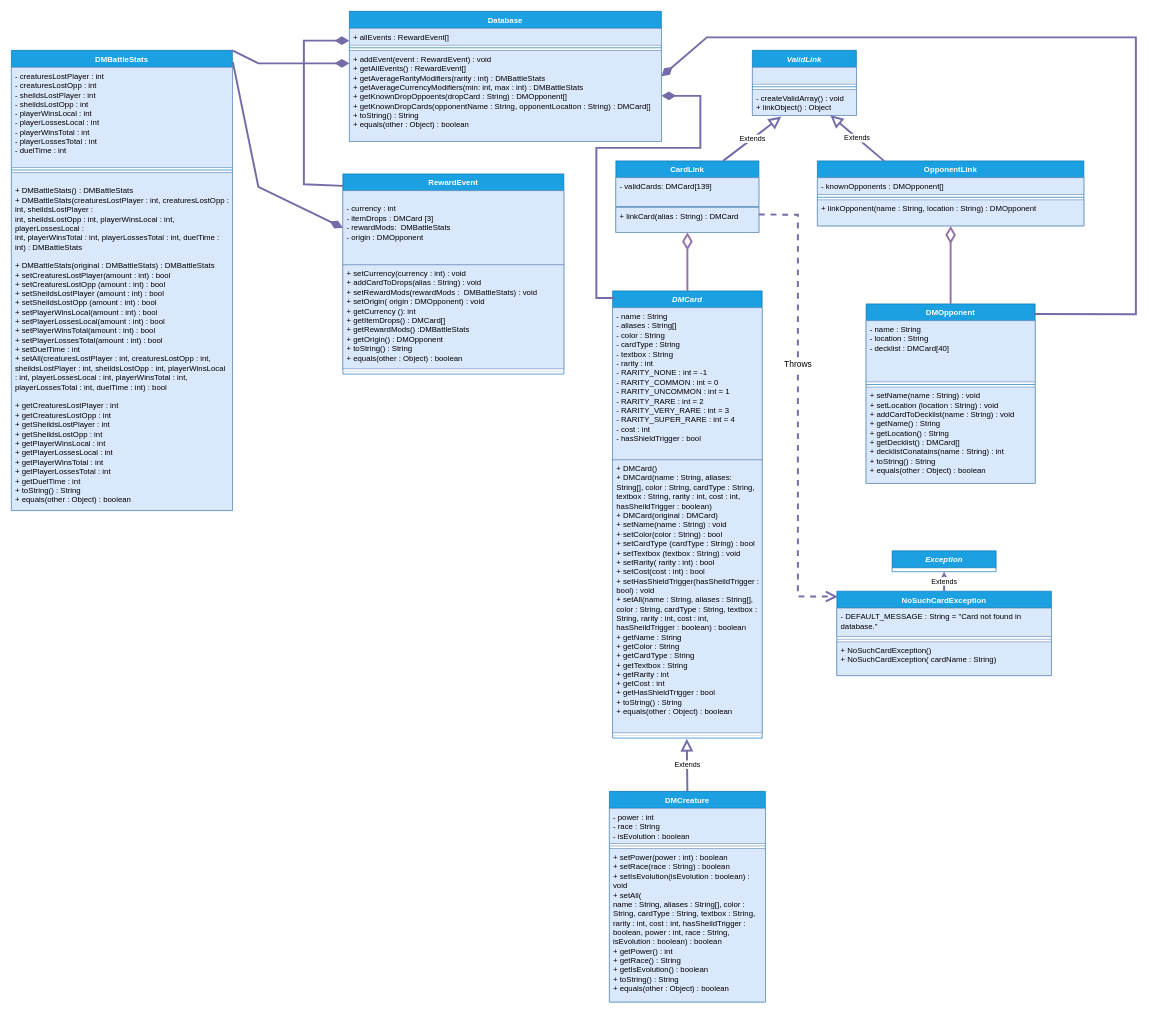
This is UML.drawio from MiraCosta-Varga/cs112-ud1-oop-uml-schoolCorey, a draw.io file, before an edit. Source tidied: cells renumbered, new cells numbered last; positions are measured from the earlier drawing's top-left corner, leaving out a move shared by most shapes. Both pictures are drawn from the tidied source at 65%, with x=0, y=0 at pixel (11, 11).
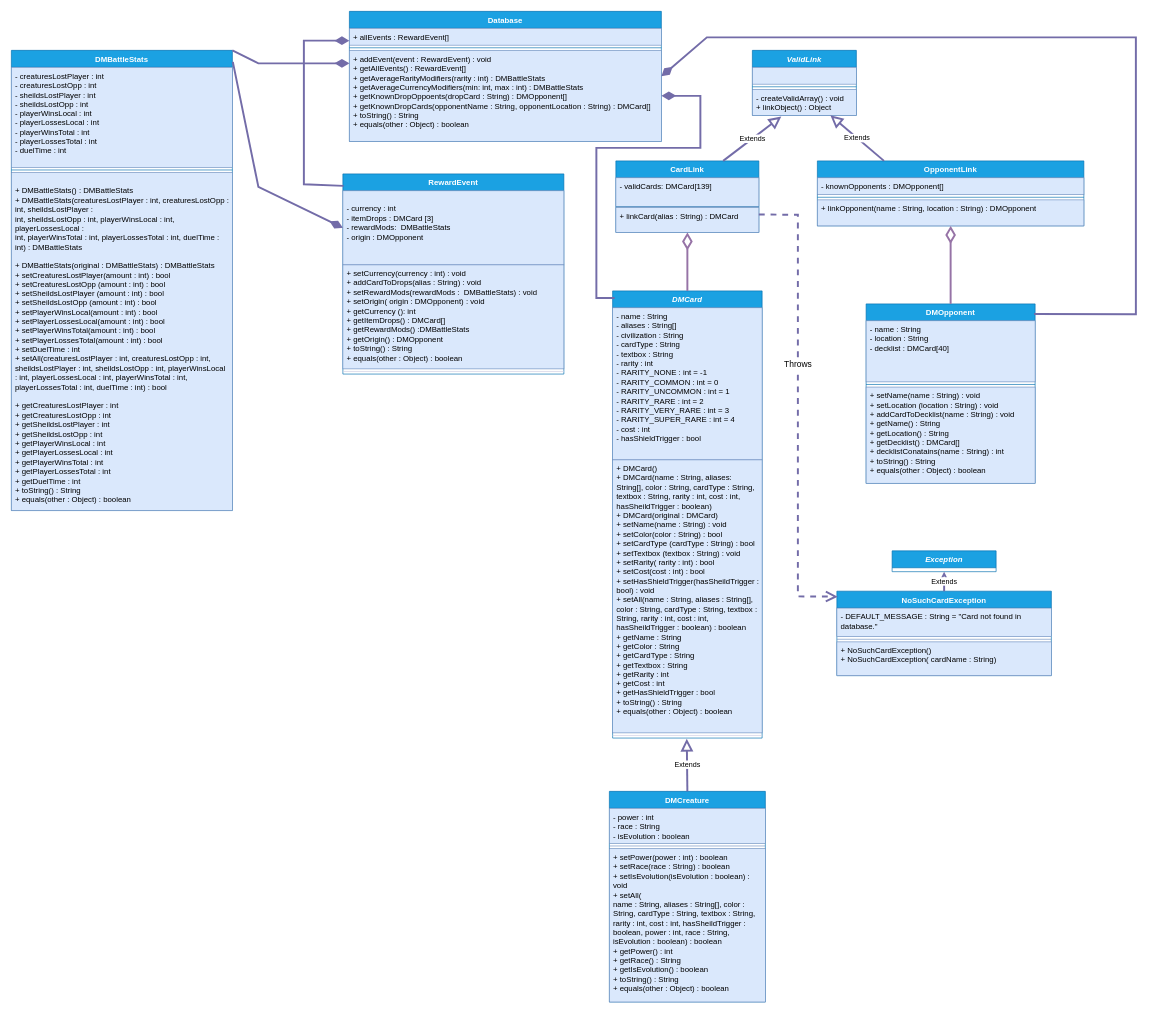
Above is the later version.

Commit message:
"Color" field changed to "Civilization" to be consistent with game terminology

Unchanged cells that the change refers to:
```xml
<mxCell id="6" value="&lt;i&gt;DMCard&lt;/i&gt;" style="swimlane;fontStyle=1;align=center;verticalAlign=top;horizontal=1;startSize=26;whiteSpace=wrap;html=1;rounded=0;labelBackgroundColor=none;fillColor=#1ba1e2;strokeColor=#006EAF;fontColor=#ffffff;" parent="1" vertex="1">
  <mxGeometry x="925" y="430" width="230" height="688" as="geometry" />
</mxCell>
```

Change to the diagram source:
```diff
@@
-    <mxCell id="7" value="&lt;div&gt;- name : String&lt;/div&gt;&lt;div&gt;- aliases : String[]&lt;/div&gt;&lt;div&gt;- color : String&lt;br&gt;&lt;/div&gt;&lt;div&gt;- cardType : String&lt;/div&gt;&lt;div&gt;- textbox : String&lt;br&gt;&lt;/div&gt;&lt;div&gt;- rarity : int&lt;br&gt;&lt;/div&gt;&lt;div&gt;- RARITY_NONE : int = -1&lt;br&gt;&lt;/div&gt;&lt;div&gt;- RARITY_COMMON : int = 0&lt;br&gt;&lt;/div&gt;&lt;div&gt;- RARITY_UNCOMMON : int = 1&lt;br&gt;&lt;/div&gt;&lt;div&gt;- RARITY_RARE : int = 2&lt;br&gt;&lt;/div&gt;&lt;div&gt;- RARITY_VERY_RARE : int = 3&lt;br&gt;&lt;/div&gt;&lt;div&gt;- RARITY_SUPER_RARE : int = 4&lt;br&gt;&lt;/div&gt;&lt;div&gt;- cost : int&lt;/div&gt;&lt;div&gt;- hasShieldTrigger : bool&lt;br&gt;&lt;/div&gt;&lt;div&gt;&lt;br&gt;&lt;/div&gt;" style="text;strokeColor=#6c8ebf;fillColor=#dae8fc;align=left;verticalAlign=top;spacingLeft=4;spacingRight=4;overflow=hidden;whiteSpace=wrap;html=1;rounded=0;labelBackgroundColor=none;" parent="6" vertex="1">
+    <mxCell id="7" value="&lt;div&gt;- name : String&lt;/div&gt;&lt;div&gt;- aliases : String[]&lt;/div&gt;&lt;div&gt;- civilization : String&lt;br&gt;&lt;/div&gt;&lt;div&gt;- cardType : String&lt;/div&gt;&lt;div&gt;- textbox : String&lt;br&gt;&lt;/div&gt;&lt;div&gt;- rarity : int&lt;br&gt;&lt;/div&gt;&lt;div&gt;- RARITY_NONE : int = -1&lt;br&gt;&lt;/div&gt;&lt;div&gt;- RARITY_COMMON : int = 0&lt;br&gt;&lt;/div&gt;&lt;div&gt;- RARITY_UNCOMMON : int = 1&lt;br&gt;&lt;/div&gt;&lt;div&gt;- RARITY_RARE : int = 2&lt;br&gt;&lt;/div&gt;&lt;div&gt;- RARITY_VERY_RARE : int = 3&lt;br&gt;&lt;/div&gt;&lt;div&gt;- RARITY_SUPER_RARE : int = 4&lt;br&gt;&lt;/div&gt;&lt;div&gt;- cost : int&lt;/div&gt;&lt;div&gt;- hasShieldTrigger : bool&lt;br&gt;&lt;/div&gt;&lt;div&gt;&lt;br&gt;&lt;/div&gt;" style="text;strokeColor=#6c8ebf;fillColor=#dae8fc;align=left;verticalAlign=top;spacingLeft=4;spacingRight=4;overflow=hidden;whiteSpace=wrap;html=1;rounded=0;labelBackgroundColor=none;" parent="6" vertex="1">
       <mxGeometry y="26" width="230" height="234" as="geometry" />
     </mxCell>
```
